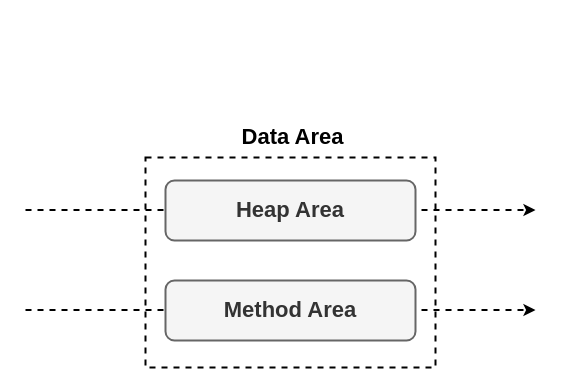
Earlier version of the draw.io diagram heap-race.drawio (auula/draw.io). Source tidied: cells renumbered, new cells numbered last; positions are measured from the earlier drawing's top-left corner, leaving out a move shared by most shapes. Both pictures are drawn from the tidied source at 100%, with x=0, y=0 at pixel (25, 117).
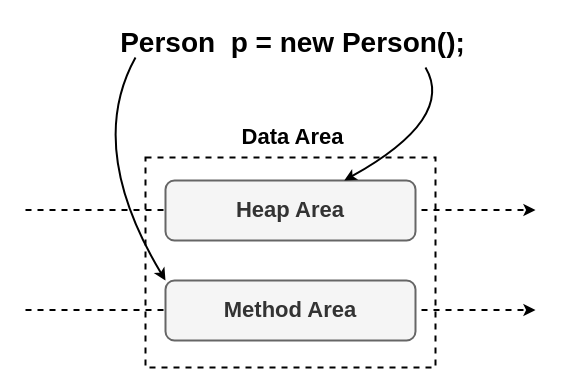
Above is the later version.

What changed in the source:
```diff
@@
 <mxGraphModel>
   <root>
     <mxCell id="0" />
     <mxCell id="1" parent="0" />
     <mxCell id="2" style="endArrow=classic;html=1;rounded=0;fontSize=22;strokeWidth=2;dashed=1;" parent="1" edge="1">
       <mxGeometry relative="1" as="geometry">
         <mxPoint y="192.5" as="sourcePoint" />
         <mxPoint x="510" y="192.5" as="targetPoint" />
       </mxGeometry>
     </mxCell>
     <mxCell id="3" style="endArrow=classic;html=1;rounded=0;fontSize=22;strokeWidth=2;dashed=1;" parent="1" edge="1">
       <mxGeometry relative="1" as="geometry">
         <mxPoint y="92.5" as="sourcePoint" />
         <mxPoint x="510" y="92.5" as="targetPoint" />
       </mxGeometry>
     </mxCell>
     <mxCell id="4" style="rounded=0;whiteSpace=wrap;html=1;strokeWidth=2;dashed=1;fillColor=none;" parent="1" vertex="1">
       <mxGeometry x="120" y="40" width="290" height="210" as="geometry" />
     </mxCell>
     <mxCell id="5" value="&lt;b&gt;&lt;font style=&quot;font-size: 22px;&quot;&gt;Heap Area&lt;/font&gt;&lt;/b&gt;" style="rounded=1;whiteSpace=wrap;html=1;strokeWidth=2;fillColor=#f5f5f5;strokeColor=#666666;fontColor=#333333;" parent="1" vertex="1">
       <mxGeometry x="140" y="63" width="250" height="60" as="geometry" />
     </mxCell>
     <mxCell id="6" value="&lt;b&gt;&lt;font style=&quot;font-size: 22px;&quot;&gt;Method Area&lt;/font&gt;&lt;/b&gt;" style="rounded=1;whiteSpace=wrap;html=1;strokeWidth=2;fillColor=#f5f5f5;fontColor=#333333;strokeColor=#666666;" parent="1" vertex="1">
       <mxGeometry x="140" y="163" width="250" height="60" as="geometry" />
     </mxCell>
     <mxCell id="7" value="&lt;b&gt;Data Area&lt;/b&gt;" style="text;html=1;align=center;verticalAlign=middle;fillColor=none;strokeColor=none;rounded=0;strokeWidth=2;fontSize=22;" parent="1" vertex="1">
       <mxGeometry x="202" width="130" height="40" as="geometry" />
     </mxCell>
+    <mxCell id="8" value="&lt;b&gt;&lt;font style=&quot;font-size: 28px;&quot;&gt;Person&amp;nbsp; p = new Person();&lt;/font&gt;&lt;/b&gt;" style="text;html=1;align=center;verticalAlign=middle;points=[];strokeColor=none;fillColor=none;" parent="1" vertex="1">
+      <mxGeometry x="82" y="-100" width="370" height="50" as="geometry" />
+    </mxCell>
+    <mxCell id="9" style="curved=1;endArrow=classic;html=1;rounded=0;fontSize=28;strokeWidth=2;" parent="1" edge="1" source="8" target="5">
+      <mxGeometry relative="1" as="geometry">
+        <Array as="points">
+          <mxPoint x="400" y="-50" />
+          <mxPoint x="430" y="1" />
+        </Array>
+      </mxGeometry>
+    </mxCell>
+    <mxCell id="10" style="curved=1;endArrow=classic;html=1;rounded=0;strokeWidth=2;fontSize=28;entryX=0;entryY=0;entryDx=0;entryDy=0;" parent="1" edge="1" target="6">
+      <mxGeometry relative="1" as="geometry">
+        <mxPoint x="110" y="-60" as="sourcePoint" />
+        <Array as="points">
+          <mxPoint x="60" y="30" />
+        </Array>
+      </mxGeometry>
+    </mxCell>
   </root>
 </mxGraphModel>
```
